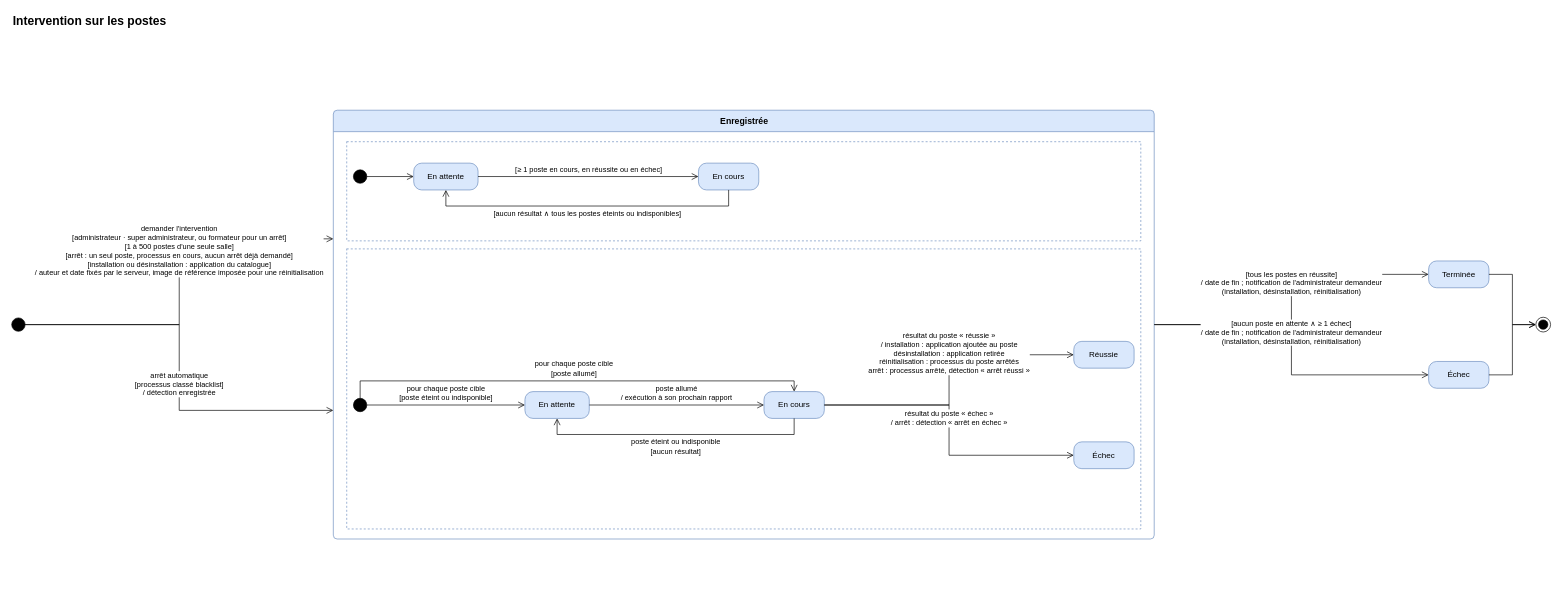
Earlier version of the draw.io diagram page "Intervention sur les postes" (2 of 4) of docs/02-ANALYSE/03-ANALYSE/01-DIAGRAMMES-ETATS.drawio (bpierrelouis/aster). Source tidied: cells renumbered, new cells numbered last; positions are measured from the earlier drawing's top-left corner, leaving out a move shared by most shapes. Both pictures are drawn from the tidied source at 67%, with x=0, y=0 at pixel (11, 11).
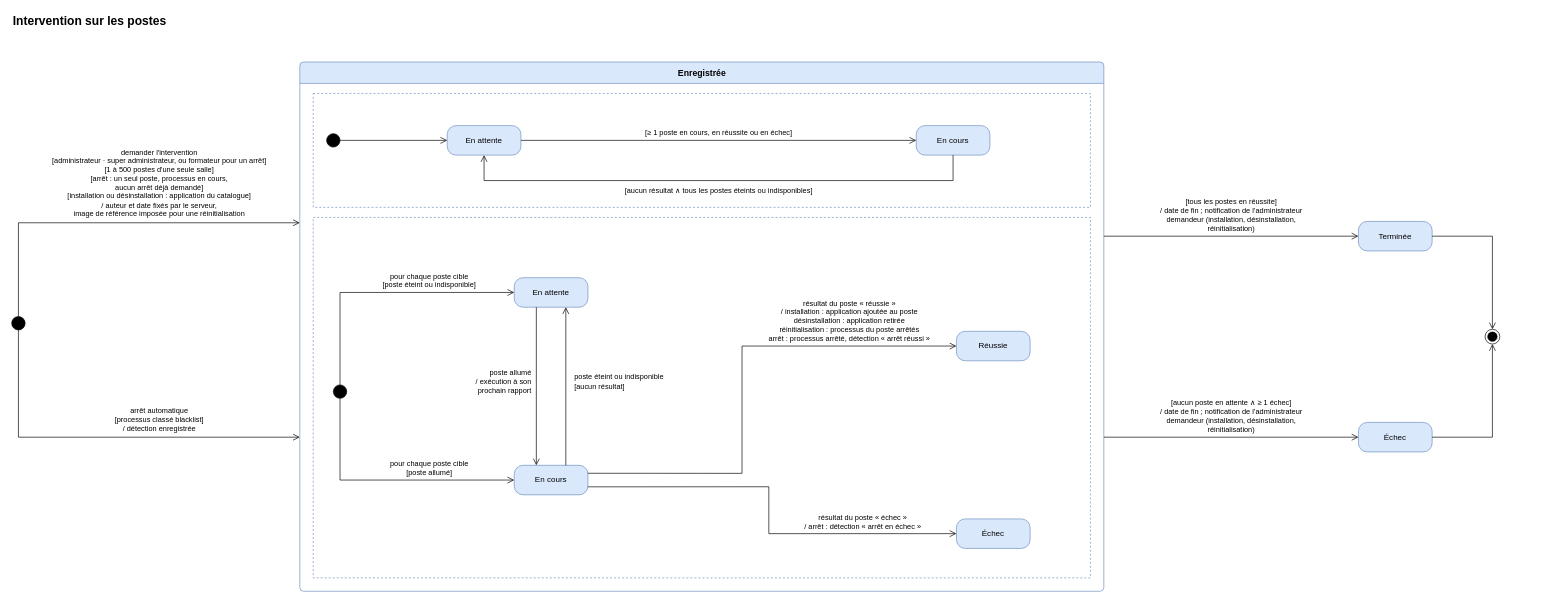
After the change.

Diff of the diagram source:
```diff
@@
-    <mxCell id="3" style="ellipse;html=1;fillColor=#000000;strokeColor=#000000;fontSize=11;" parent="1" vertex="1">
-      <mxGeometry y="457" width="20" height="20" as="geometry" />
+    <mxCell id="3" style="ellipse;html=1;fillColor=#000000;strokeColor=#000000;" parent="1" vertex="1">
+      <mxGeometry y="455" width="20" height="20" as="geometry" />
     </mxCell>
+    <mxCell id="18" style="edgeStyle=none;endArrow=open;endSize=8;html=1;rounded=0;exitX=0.5;exitY=0;exitDx=0;exitDy=0;entryX=0;entryY=0.3037974683544304;entryDx=0;entryDy=0;" parent="1" edge="1" source="3" target="4">
+      <mxGeometry relative="1" as="geometry">
+        <Array as="points">
+          <mxPoint x="10" y="315" />
+        </Array>
+      </mxGeometry>
+    </mxCell>
+    <mxCell id="33" value="demander l'intervention&lt;br&gt;[administrateur · super administrateur, ou formateur pour un arrêt]&lt;br&gt;[1 à 500 postes d'une seule salle]&lt;br&gt;[arrêt : un seul poste, processus en cours,&lt;br&gt;aucun arrêt déjà demandé]&lt;br&gt;[installation ou désinstallation : application du catalogue]&lt;br&gt;/ auteur et date fixés par le serveur,&lt;br&gt;image de référence imposée pour une réinitialisation" style="text;html=1;fontSize=11;align=center;verticalAlign=bottom;strokeColor=none;fillColor=none;spacing=0;" parent="1" vertex="1">
+      <mxGeometry x="30" y="185" width="380" height="124" as="geometry" />
+    </mxCell>
+    <mxCell id="19" style="edgeStyle=none;endArrow=open;endSize=8;html=1;rounded=0;exitX=0.5;exitY=1;exitDx=0;exitDy=0;entryX=0;entryY=0.7088607594936709;entryDx=0;entryDy=0;" parent="1" edge="1" source="3" target="4">
+      <mxGeometry relative="1" as="geometry">
+        <Array as="points">
+          <mxPoint x="10" y="635" />
+        </Array>
+      </mxGeometry>
+    </mxCell>
+    <mxCell id="34" value="arrêt automatique&lt;br&gt;[processus classé blacklist]&lt;br&gt;/ détection enregistrée" style="text;html=1;fontSize=11;align=center;verticalAlign=bottom;strokeColor=none;fillColor=none;spacing=0;" parent="1" vertex="1">
+      <mxGeometry x="30" y="581" width="380" height="48" as="geometry" />
+    </mxCell>
     <mxCell id="4" value="Enregistrée" style="swimlane;html=1;rounded=1;arcSize=6;startSize=32;fontSize=13;fontStyle=1;fillColor=#dae8fc;strokeColor=#6c8ebf;swimlaneFillColor=#ffffff;" parent="1" vertex="1">
-      <mxGeometry x="480" y="147" width="1225.2" height="640" as="geometry" />
+      <mxGeometry x="430" y="75" width="1200" height="790" as="geometry" />
     </mxCell>
-    <mxCell id="5" style="rounded=0;whiteSpace=wrap;html=1;fillColor=none;dashed=1;strokeColor=#6c8ebf;" parent="4" vertex="1">
-      <mxGeometry x="20" y="47" width="1185.2" height="148" as="geometry" />
-    </mxCell>
-    <mxCell id="6" style="ellipse;html=1;fillColor=#000000;strokeColor=#000000;fontSize=11;" parent="5" vertex="1">
-      <mxGeometry x="10" y="42" width="20" height="20" as="geometry" />
-    </mxCell>
+    <mxCell id="35" style="rounded=0;whiteSpace=wrap;html=1;fillColor=none;dashed=1;strokeColor=#6c8ebf;" parent="4" vertex="1">
+      <mxGeometry x="20" y="47" width="1160" height="170" as="geometry" />
+    </mxCell>
+    <mxCell id="36" style="ellipse;html=1;fillColor=#000000;strokeColor=#000000;" parent="35" vertex="1">
+      <mxGeometry x="20" y="60" width="20" height="20" as="geometry" />
+    </mxCell>
-    <mxCell id="7" value="En attente" style="rounded=1;arcSize=30;whiteSpace=wrap;html=1;fontSize=12;fillColor=#dae8fc;strokeColor=#6c8ebf;" parent="5" vertex="1">
-      <mxGeometry x="100" y="32" width="96" height="40" as="geometry" />
+    <mxCell id="7" value="En attente" style="rounded=1;arcSize=30;whiteSpace=wrap;html=1;fontSize=12;fillColor=#dae8fc;strokeColor=#6c8ebf;" parent="35" vertex="1">
+      <mxGeometry x="200" y="48" width="110" height="44" as="geometry" />
     </mxCell>
-    <mxCell id="8" value="En cours" style="rounded=1;arcSize=30;whiteSpace=wrap;html=1;fontSize=12;fillColor=#dae8fc;strokeColor=#6c8ebf;" parent="5" vertex="1">
-      <mxGeometry x="525" y="32" width="90" height="40" as="geometry" />
+    <mxCell id="8" value="En cours" style="rounded=1;arcSize=30;whiteSpace=wrap;html=1;fontSize=12;fillColor=#dae8fc;strokeColor=#6c8ebf;" parent="35" vertex="1">
+      <mxGeometry x="900" y="48" width="110" height="44" as="geometry" />
     </mxCell>
-    <mxCell id="9" style="rounded=0;whiteSpace=wrap;html=1;fillColor=none;dashed=1;strokeColor=#6c8ebf;" parent="4" vertex="1">
-      <mxGeometry x="20" y="207" width="1185.2" height="418" as="geometry" />
-    </mxCell>
-    <mxCell id="10" style="ellipse;html=1;fillColor=#000000;strokeColor=#000000;fontSize=11;" parent="9" vertex="1">
-      <mxGeometry x="10" y="223" width="20" height="20" as="geometry" />
-    </mxCell>
+    <mxCell id="37" style="edgeStyle=none;endArrow=open;endSize=8;html=1;rounded=0;" parent="35" edge="1" source="36" target="7">
+      <mxGeometry relative="1" as="geometry" />
+    </mxCell>
+    <mxCell id="38" style="edgeStyle=none;endArrow=open;endSize=8;html=1;rounded=0;exitX=1;exitY=0.5;exitDx=0;exitDy=0;entryX=0;entryY=0.5;entryDx=0;entryDy=0;" parent="35" edge="1" source="7" target="8">
+      <mxGeometry relative="1" as="geometry" />
+    </mxCell>
+    <mxCell id="25" value="[≥ 1 poste en cours, en réussite ou en échec]" style="text;html=1;fontSize=11;align=center;verticalAlign=bottom;strokeColor=none;fillColor=none;spacing=0;" parent="35" vertex="1">
+      <mxGeometry x="330" y="40" width="550" height="26" as="geometry" />
+    </mxCell>
+    <mxCell id="39" style="edgeStyle=none;endArrow=open;endSize=8;html=1;rounded=0;exitX=0.5;exitY=1;exitDx=0;exitDy=0;entryX=0.5;entryY=1;entryDx=0;entryDy=0;" parent="35" edge="1" source="8" target="7">
+      <mxGeometry relative="1" as="geometry">
+        <Array as="points">
+          <mxPoint x="955" y="130" />
+          <mxPoint x="255" y="130" />
+        </Array>
+      </mxGeometry>
+    </mxCell>
+    <mxCell id="26" value="[aucun résultat ∧ tous les postes éteints ou indisponibles]" style="text;html=1;fontSize=11;align=center;verticalAlign=top;strokeColor=none;fillColor=none;spacing=0;" parent="35" vertex="1">
+      <mxGeometry x="330" y="134" width="550" height="20" as="geometry" />
+    </mxCell>
+    <mxCell id="40" style="rounded=0;whiteSpace=wrap;html=1;fillColor=none;dashed=1;strokeColor=#6c8ebf;" parent="4" vertex="1">
+      <mxGeometry x="20" y="232" width="1160" height="538" as="geometry" />
+    </mxCell>
+    <mxCell id="41" style="ellipse;html=1;fillColor=#000000;strokeColor=#000000;" parent="40" vertex="1">
+      <mxGeometry x="30" y="250" width="20" height="20" as="geometry" />
+    </mxCell>
-    <mxCell id="11" value="En attente" style="rounded=1;arcSize=30;whiteSpace=wrap;html=1;fontSize=12;fillColor=#dae8fc;strokeColor=#6c8ebf;" parent="9" vertex="1">
-      <mxGeometry x="266" y="213" width="96" height="40" as="geometry" />
+    <mxCell id="11" value="En attente" style="rounded=1;arcSize=30;whiteSpace=wrap;html=1;fontSize=12;fillColor=#dae8fc;strokeColor=#6c8ebf;" parent="40" vertex="1">
+      <mxGeometry x="300" y="90" width="110" height="44" as="geometry" />
     </mxCell>
-    <mxCell id="12" value="En cours" style="rounded=1;arcSize=30;whiteSpace=wrap;html=1;fontSize=12;fillColor=#dae8fc;strokeColor=#6c8ebf;" parent="9" vertex="1">
-      <mxGeometry x="622.8" y="213" width="90" height="40" as="geometry" />
+    <mxCell id="12" value="En cours" style="rounded=1;arcSize=30;whiteSpace=wrap;html=1;fontSize=12;fillColor=#dae8fc;strokeColor=#6c8ebf;" parent="40" vertex="1">
+      <mxGeometry x="300" y="370" width="110" height="44" as="geometry" />
     </mxCell>
-    <mxCell id="13" value="Réussie" style="rounded=1;arcSize=30;whiteSpace=wrap;html=1;fontSize=12;fillColor=#dae8fc;strokeColor=#6c8ebf;" parent="9" vertex="1">
-      <mxGeometry x="1085.2" y="138" width="90" height="40" as="geometry" />
+    <mxCell id="13" value="Réussie" style="rounded=1;arcSize=30;whiteSpace=wrap;html=1;fontSize=12;fillColor=#dae8fc;strokeColor=#6c8ebf;" parent="40" vertex="1">
+      <mxGeometry x="960" y="170" width="110" height="44" as="geometry" />
     </mxCell>
-    <mxCell id="14" value="Échec" style="rounded=1;arcSize=30;whiteSpace=wrap;html=1;fontSize=12;fillColor=#dae8fc;strokeColor=#6c8ebf;" parent="9" vertex="1">
-      <mxGeometry x="1085.2" y="288" width="90" height="40" as="geometry" />
+    <mxCell id="14" value="Échec" style="rounded=1;arcSize=30;whiteSpace=wrap;html=1;fontSize=12;fillColor=#dae8fc;strokeColor=#6c8ebf;" parent="40" vertex="1">
+      <mxGeometry x="960" y="450" width="110" height="44" as="geometry" />
     </mxCell>
+    <mxCell id="42" style="edgeStyle=none;endArrow=open;endSize=8;html=1;rounded=0;exitX=0.5;exitY=0;exitDx=0;exitDy=0;entryX=0;entryY=0.5;entryDx=0;entryDy=0;" parent="40" edge="1" source="41" target="11">
+      <mxGeometry relative="1" as="geometry">
+        <Array as="points">
+          <mxPoint x="40" y="112" />
+        </Array>
+      </mxGeometry>
+    </mxCell>
+    <mxCell id="27" value="pour chaque poste cible&lt;br&gt;[poste éteint ou indisponible]" style="text;html=1;fontSize=11;align=center;verticalAlign=bottom;strokeColor=none;fillColor=none;spacing=0;" parent="40" vertex="1">
+      <mxGeometry x="55" y="70" width="235" height="38" as="geometry" />
+    </mxCell>
+    <mxCell id="43" style="edgeStyle=none;endArrow=open;endSize=8;html=1;rounded=0;exitX=0.5;exitY=1;exitDx=0;exitDy=0;entryX=0;entryY=0.5;entryDx=0;entryDy=0;" parent="40" edge="1" source="41" target="12">
+      <mxGeometry relative="1" as="geometry">
+        <Array as="points">
+          <mxPoint x="40" y="392" />
+        </Array>
+      </mxGeometry>
+    </mxCell>
+    <mxCell id="28" value="pour chaque poste cible&lt;br&gt;[poste allumé]" style="text;html=1;fontSize=11;align=center;verticalAlign=bottom;strokeColor=none;fillColor=none;spacing=0;" parent="40" vertex="1">
+      <mxGeometry x="55" y="352" width="235" height="36" as="geometry" />
+    </mxCell>
+    <mxCell id="44" style="edgeStyle=none;endArrow=open;endSize=8;html=1;rounded=0;exitX=0.3;exitY=1;exitDx=0;exitDy=0;entryX=0.3;entryY=0;entryDx=0;entryDy=0;" parent="40" edge="1" source="11" target="12">
+      <mxGeometry relative="1" as="geometry" />
+    </mxCell>
+    <mxCell id="29" value="poste allumé&lt;br&gt;/ exécution à son&lt;br&gt;prochain rapport" style="text;html=1;fontSize=11;align=right;verticalAlign=middle;strokeColor=none;fillColor=none;spacing=0;" parent="40" vertex="1">
+      <mxGeometry x="150" y="220" width="175" height="50" as="geometry" />
+    </mxCell>
+    <mxCell id="45" style="edgeStyle=none;endArrow=open;endSize=8;html=1;rounded=0;exitX=0.7;exitY=0;exitDx=0;exitDy=0;entryX=0.7;entryY=1;entryDx=0;entryDy=0;" parent="40" edge="1" source="12" target="11">
+      <mxGeometry relative="1" as="geometry" />
+    </mxCell>
+    <mxCell id="30" value="poste éteint ou indisponible&lt;br&gt;[aucun résultat]" style="text;html=1;fontSize=11;align=left;verticalAlign=middle;strokeColor=none;fillColor=none;spacing=0;" parent="40" vertex="1">
+      <mxGeometry x="390" y="228" width="200" height="34" as="geometry" />
+    </mxCell>
+    <mxCell id="46" style="edgeStyle=none;endArrow=open;endSize=8;html=1;rounded=0;exitX=1;exitY=0.27;exitDx=0;exitDy=0;entryX=0;entryY=0.5;entryDx=0;entryDy=0;" parent="40" edge="1" source="12" target="13">
+      <mxGeometry relative="1" as="geometry">
+        <Array as="points">
+          <mxPoint x="640" y="382" />
+          <mxPoint x="640" y="192" />
+        </Array>
+      </mxGeometry>
+    </mxCell>
+    <mxCell id="31" value="résultat du poste « réussie »&lt;br&gt;/ installation : application ajoutée au poste&lt;br&gt;désinstallation : application retirée&lt;br&gt;réinitialisation : processus du poste arrêtés&lt;br&gt;arrêt : processus arrêté, détection « arrêt réussi »" style="text;html=1;fontSize=11;align=center;verticalAlign=bottom;strokeColor=none;fillColor=none;spacing=0;" parent="40" vertex="1">
+      <mxGeometry x="650" y="100" width="300" height="88" as="geometry" />
+    </mxCell>
+    <mxCell id="47" style="edgeStyle=none;endArrow=open;endSize=8;html=1;rounded=0;exitX=1;exitY=0.73;exitDx=0;exitDy=0;entryX=0;entryY=0.5;entryDx=0;entryDy=0;" parent="40" edge="1" source="12" target="14">
+      <mxGeometry relative="1" as="geometry">
+        <Array as="points">
+          <mxPoint x="680" y="402" />
+          <mxPoint x="680" y="472" />
+        </Array>
+      </mxGeometry>
+    </mxCell>
+    <mxCell id="32" value="résultat du poste « échec »&lt;br&gt;/ arrêt : détection « arrêt en échec »" style="text;html=1;fontSize=11;align=center;verticalAlign=bottom;strokeColor=none;fillColor=none;spacing=0;" parent="40" vertex="1">
+      <mxGeometry x="690" y="434" width="260" height="34" as="geometry" />
+    </mxCell>
     <mxCell id="15" value="Terminée" style="rounded=1;arcSize=30;whiteSpace=wrap;html=1;fontSize=12;fillColor=#dae8fc;strokeColor=#6c8ebf;" parent="1" vertex="1">
-      <mxGeometry x="2114.8" y="372" width="90" height="40" as="geometry" />
+      <mxGeometry x="2010" y="313" width="110" height="44" as="geometry" />
     </mxCell>
     <mxCell id="16" value="Échec" style="rounded=1;arcSize=30;whiteSpace=wrap;html=1;fontSize=12;fillColor=#dae8fc;strokeColor=#6c8ebf;" parent="1" vertex="1">
-      <mxGeometry x="2114.8" y="522" width="90" height="40" as="geometry" />
+      <mxGeometry x="2010" y="613" width="110" height="44" as="geometry" />
     </mxCell>
-    <mxCell id="17" style="ellipse;html=1;shape=endState;fillColor=#000000;strokeColor=#000000;fontSize=11;" parent="1" vertex="1">
-      <mxGeometry x="2274.8" y="456" width="22" height="22" as="geometry" />
+    <mxCell id="17" style="ellipse;html=1;shape=endState;fillColor=#000000;strokeColor=#000000;" parent="1" vertex="1">
+      <mxGeometry x="2199" y="474" width="22" height="22" as="geometry" />
     </mxCell>
-    <mxCell id="18" value="demander l'intervention&lt;br&gt;[administrateur · super administrateur, ou formateur pour un arrêt]&lt;br&gt;[1 à 500 postes d'une seule salle]&lt;br&gt;[arrêt : un seul poste, processus en cours, aucun arrêt déjà demandé]&lt;br&gt;[installation ou désinstallation : application du catalogue]&lt;br&gt;/ auteur et date fixés par le serveur, image de référence imposée pour une réinitialisation" style="edgeStyle=orthogonalEdgeStyle;endArrow=open;endSize=8;html=1;rounded=0;fontSize=11;labelBackgroundColor=#ffffff;exitX=1;exitY=0.5;exitDx=0;exitDy=0;entryX=0;entryY=0.3;entryDx=0;entryDy=0;" parent="1" edge="1" source="3" target="4">
-      <mxGeometry relative="1" as="geometry">
-        <mxPoint y="-46" as="offset" />
-      </mxGeometry>
-    </mxCell>
-    <mxCell id="19" value="arrêt automatique&lt;br&gt;[processus classé blacklist]&lt;br&gt;/ détection enregistrée" style="edgeStyle=orthogonalEdgeStyle;endArrow=open;endSize=8;html=1;rounded=0;fontSize=11;labelBackgroundColor=#ffffff;exitX=1;exitY=0.5;exitDx=0;exitDy=0;entryX=0;entryY=0.7;entryDx=0;entryDy=0;" parent="1" edge="1" source="3" target="4">
-      <mxGeometry relative="1" as="geometry">
-        <mxPoint y="25" as="offset" />
-      </mxGeometry>
-    </mxCell>
-    <mxCell id="20" value="[tous les postes en réussite]&lt;br&gt;/ date de fin ; notification de l'administrateur demandeur&lt;br&gt;(installation, désinstallation, réinitialisation)" style="edgeStyle=orthogonalEdgeStyle;endArrow=open;endSize=8;html=1;rounded=0;fontSize=11;labelBackgroundColor=#ffffff;exitX=1;exitY=0.5;exitDx=0;exitDy=0;entryX=0;entryY=0.5;entryDx=0;entryDy=0;" parent="1" edge="1" source="4" target="15">
-      <mxGeometry relative="1" as="geometry">
-        <mxPoint y="-25" as="offset" />
-      </mxGeometry>
+    <mxCell id="20" style="edgeStyle=none;endArrow=open;endSize=8;html=1;rounded=0;exitX=1;exitY=0.3291139240506329;exitDx=0;exitDy=0;entryX=0;entryY=0.5;entryDx=0;entryDy=0;" parent="1" edge="1" source="4" target="15">
+      <mxGeometry relative="1" as="geometry" />
     </mxCell>
+    <mxCell id="48" value="[tous les postes en réussite]&lt;br&gt;/ date de fin ; notification de l’administrateur&lt;br&gt;demandeur (installation, désinstallation,&lt;br&gt;réinitialisation)" style="text;html=1;fontSize=11;align=center;verticalAlign=bottom;strokeColor=none;fillColor=none;spacing=0;" parent="1" vertex="1">
+      <mxGeometry x="1650" y="265" width="340" height="66" as="geometry" />
+    </mxCell>
-    <mxCell id="21" value="[aucun poste en attente ∧ ≥ 1 échec]&lt;br&gt;/ date de fin ; notification de l'administrateur demandeur&lt;br&gt;(installation, désinstallation, réinitialisation)" style="edgeStyle=orthogonalEdgeStyle;endArrow=open;endSize=8;html=1;rounded=0;fontSize=11;labelBackgroundColor=#ffffff;exitX=1;exitY=0.5;exitDx=0;exitDy=0;entryX=0;entryY=0.5;entryDx=0;entryDy=0;" parent="1" edge="1" source="4" target="16">
-      <mxGeometry relative="1" as="geometry">
-        <mxPoint y="-25" as="offset" />
-      </mxGeometry>
+    <mxCell id="21" style="edgeStyle=none;endArrow=open;endSize=8;html=1;rounded=0;exitX=1;exitY=0.7088607594936709;exitDx=0;exitDy=0;entryX=0;entryY=0.5;entryDx=0;entryDy=0;" parent="1" edge="1" source="4" target="16">
+      <mxGeometry relative="1" as="geometry" />
     </mxCell>
+    <mxCell id="49" value="[aucun poste en attente ∧ ≥ 1 échec]&lt;br&gt;/ date de fin ; notification de l’administrateur&lt;br&gt;demandeur (installation, désinstallation,&lt;br&gt;réinitialisation)" style="text;html=1;fontSize=11;align=center;verticalAlign=bottom;strokeColor=none;fillColor=none;spacing=0;" parent="1" vertex="1">
+      <mxGeometry x="1650" y="565" width="340" height="66" as="geometry" />
+    </mxCell>
-    <mxCell id="22" style="edgeStyle=orthogonalEdgeStyle;endArrow=open;endSize=8;html=1;rounded=0;fontSize=11;labelBackgroundColor=#ffffff;exitX=1;exitY=0.5;exitDx=0;exitDy=0;entryX=0;entryY=0.5;entryDx=0;entryDy=0;" parent="1" edge="1" source="15" target="17">
-      <mxGeometry relative="1" as="geometry" />
+    <mxCell id="22" style="edgeStyle=none;endArrow=open;endSize=8;html=1;rounded=0;exitX=1;exitY=0.5;exitDx=0;exitDy=0;entryX=0.5;entryY=0;entryDx=0;entryDy=0;" parent="1" edge="1" source="15" target="17">
+      <mxGeometry relative="1" as="geometry">
+        <Array as="points">
+          <mxPoint x="2210" y="335" />
+        </Array>
+      </mxGeometry>
     </mxCell>
-    <mxCell id="23" style="edgeStyle=orthogonalEdgeStyle;endArrow=open;endSize=8;html=1;rounded=0;fontSize=11;labelBackgroundColor=#ffffff;exitX=1;exitY=0.5;exitDx=0;exitDy=0;entryX=0;entryY=0.5;entryDx=0;entryDy=0;" parent="1" edge="1" source="16" target="17">
-      <mxGeometry relative="1" as="geometry" />
+    <mxCell id="23" style="edgeStyle=none;endArrow=open;endSize=8;html=1;rounded=0;exitX=1;exitY=0.5;exitDx=0;exitDy=0;entryX=0.5;entryY=1;entryDx=0;entryDy=0;" parent="1" edge="1" source="16" target="17">
+      <mxGeometry relative="1" as="geometry">
+        <Array as="points">
+          <mxPoint x="2210" y="635" />
+        </Array>
+      </mxGeometry>
     </mxCell>
-    <mxCell id="24" style="edgeStyle=orthogonalEdgeStyle;endArrow=open;endSize=8;html=1;rounded=0;fontSize=11;labelBackgroundColor=#ffffff;exitX=1;exitY=0.5;exitDx=0;exitDy=0;entryX=0;entryY=0.5;entryDx=0;entryDy=0;" parent="1" edge="1" source="6" target="7">
-      <mxGeometry relative="1" as="geometry" />
-    </mxCell>
-    <mxCell id="25" value="[≥ 1 poste en cours, en réussite ou en échec]" style="edgeStyle=orthogonalEdgeStyle;endArrow=open;endSize=8;html=1;rounded=0;fontSize=11;labelBackgroundColor=#ffffff;exitX=1;exitY=0.5;exitDx=0;exitDy=0;entryX=0;entryY=0.5;entryDx=0;entryDy=0;" parent="1" edge="1" source="7" target="8">
-      <mxGeometry relative="1" as="geometry">
-        <mxPoint y="-11" as="offset" />
-      </mxGeometry>
-    </mxCell>
-    <mxCell id="26" value="[aucun résultat ∧ tous les postes éteints ou indisponibles]" style="edgeStyle=orthogonalEdgeStyle;endArrow=open;endSize=8;html=1;rounded=0;fontSize=11;labelBackgroundColor=#ffffff;exitX=0.5;exitY=1;exitDx=0;exitDy=0;entryX=0.5;entryY=1;entryDx=0;entryDy=0;" parent="1" edge="1" source="8" target="7">
-      <mxGeometry relative="1" as="geometry">
-        <Array as="points">
-          <mxPoint x="1070" y="290" />
-          <mxPoint x="648" y="290" />
-        </Array>
-        <mxPoint y="11" as="offset" />
-      </mxGeometry>
-    </mxCell>
-    <mxCell id="27" value="pour chaque poste cible&lt;br&gt;[poste éteint ou indisponible]" style="edgeStyle=orthogonalEdgeStyle;endArrow=open;endSize=8;html=1;rounded=0;fontSize=11;labelBackgroundColor=#ffffff;exitX=1;exitY=0.5;exitDx=0;exitDy=0;entryX=0;entryY=0.5;entryDx=0;entryDy=0;" parent="1" edge="1" source="10" target="11">
-      <mxGeometry relative="1" as="geometry">
-        <mxPoint y="-18" as="offset" />
-      </mxGeometry>
-    </mxCell>
-    <mxCell id="28" value="pour chaque poste cible&lt;br&gt;[poste allumé]" style="edgeStyle=orthogonalEdgeStyle;endArrow=open;endSize=8;html=1;rounded=0;fontSize=11;labelBackgroundColor=#ffffff;exitX=0.5;exitY=0;exitDx=0;exitDy=0;entryX=0.5;entryY=0;entryDx=0;entryDy=0;" parent="1" edge="1" source="10" target="12">
-      <mxGeometry relative="1" as="geometry">
-        <Array as="points">
-          <mxPoint x="520" y="551" />
-          <mxPoint x="1167.8" y="551" />
-        </Array>
-        <mxPoint y="-18" as="offset" />
-      </mxGeometry>
-    </mxCell>
-    <mxCell id="29" value="poste allumé&lt;br&gt;/ exécution à son prochain rapport" style="edgeStyle=orthogonalEdgeStyle;endArrow=open;endSize=8;html=1;rounded=0;fontSize=11;labelBackgroundColor=#ffffff;exitX=1;exitY=0.5;exitDx=0;exitDy=0;entryX=0;entryY=0.5;entryDx=0;entryDy=0;" parent="1" edge="1" source="11" target="12">
-      <mxGeometry relative="1" as="geometry">
-        <mxPoint y="-18" as="offset" />
-      </mxGeometry>
-    </mxCell>
-    <mxCell id="30" value="poste éteint ou indisponible&lt;br&gt;[aucun résultat]" style="edgeStyle=orthogonalEdgeStyle;endArrow=open;endSize=8;html=1;rounded=0;fontSize=11;labelBackgroundColor=#ffffff;exitX=0.5;exitY=1;exitDx=0;exitDy=0;entryX=0.5;entryY=1;entryDx=0;entryDy=0;" parent="1" edge="1" source="12" target="11">
-      <mxGeometry relative="1" as="geometry">
-        <Array as="points">
-          <mxPoint x="1167.8" y="631" />
-          <mxPoint x="814" y="631" />
-        </Array>
-        <mxPoint y="18" as="offset" />
-      </mxGeometry>
-    </mxCell>
-    <mxCell id="31" value="résultat du poste « réussie »&lt;br&gt;/ installation : application ajoutée au poste&lt;br&gt;désinstallation : application retirée&lt;br&gt;réinitialisation : processus du poste arrêtés&lt;br&gt;arrêt : processus arrêté, détection « arrêt réussi »" style="edgeStyle=orthogonalEdgeStyle;endArrow=open;endSize=8;html=1;rounded=0;fontSize=11;labelBackgroundColor=#ffffff;exitX=1;exitY=0.5;exitDx=0;exitDy=0;entryX=0;entryY=0.5;entryDx=0;entryDy=0;" parent="1" edge="1" source="12" target="13">
-      <mxGeometry relative="1" as="geometry">
-        <mxPoint y="-39" as="offset" />
-      </mxGeometry>
-    </mxCell>
-    <mxCell id="32" value="résultat du poste « échec »&lt;br&gt;/ arrêt : détection « arrêt en échec »" style="edgeStyle=orthogonalEdgeStyle;endArrow=open;endSize=8;html=1;rounded=0;fontSize=11;labelBackgroundColor=#ffffff;exitX=1;exitY=0.5;exitDx=0;exitDy=0;entryX=0;entryY=0.5;entryDx=0;entryDy=0;" parent="1" edge="1" source="12" target="14">
-      <mxGeometry relative="1" as="geometry">
-        <mxPoint y="-18" as="offset" />
-      </mxGeometry>
-    </mxCell>
```
